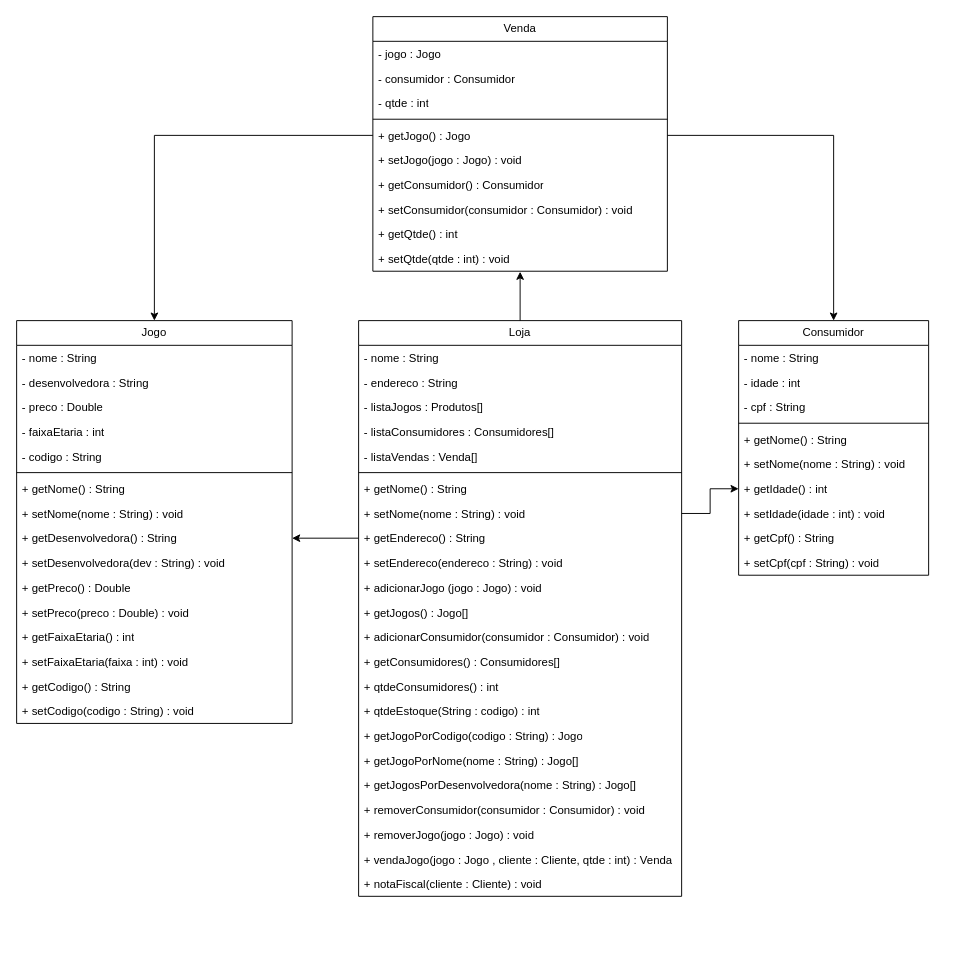
This is Diagrama Loja Java.drawio from Revocable/diagramas, a draw.io file, before an edit. Source tidied: cells renumbered, new cells numbered last; positions are measured from the earlier drawing's top-left corner, leaving out a move shared by most shapes. Both pictures are drawn from the tidied source at 95%, with x=0, y=0 at pixel (16, 16).
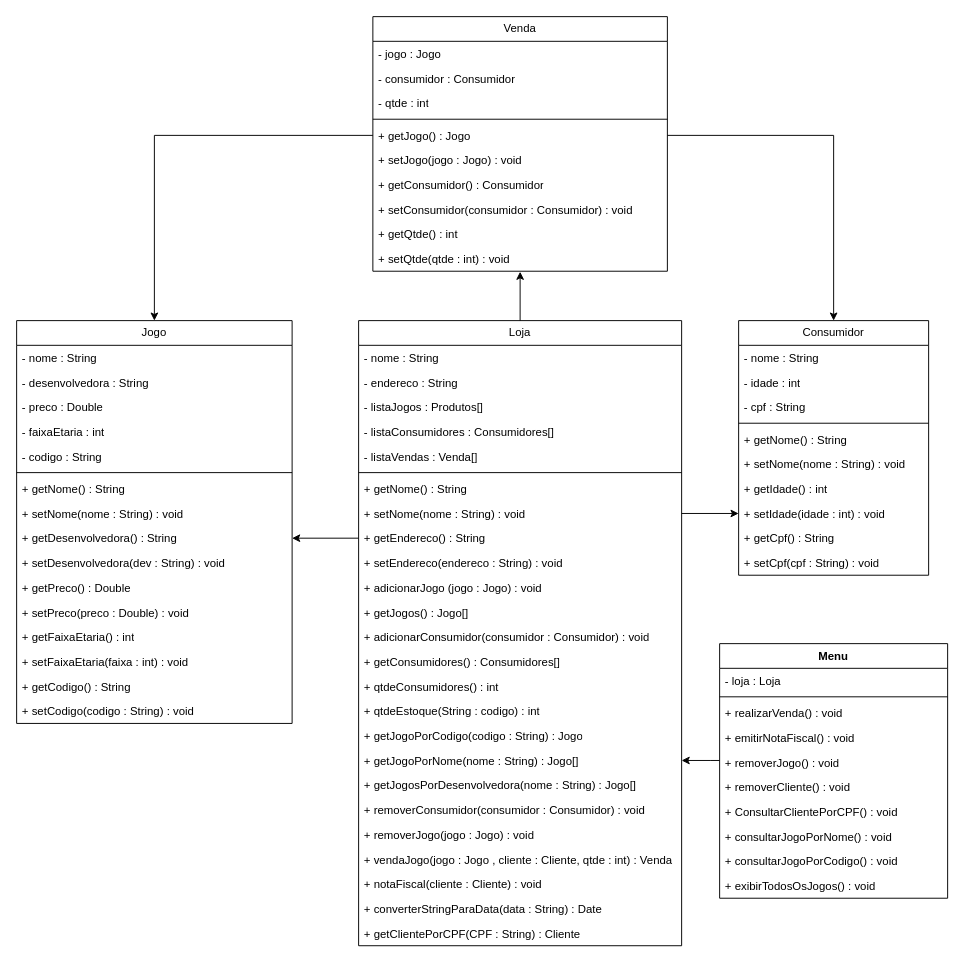
The same diagram, later.

The change refers to these unchanged cells:
```xml
<mxCell id="10" value="+ setNome(nome : String) : void" style="text;strokeColor=none;fillColor=none;align=left;verticalAlign=top;spacingLeft=4;spacingRight=4;overflow=hidden;points=[[0,0.5],[1,0.5]];portConstraint=eastwest;whiteSpace=wrap;html=1;" parent="2" vertex="1">
  <mxGeometry y="190" width="340" height="26" as="geometry" />
</mxCell>
<mxCell id="20" value="+ getJogoPorNome(nome : String) : Jogo[]" style="text;strokeColor=none;fillColor=none;align=left;verticalAlign=top;spacingLeft=4;spacingRight=4;overflow=hidden;points=[[0,0.5],[1,0.5]];portConstraint=eastwest;whiteSpace=wrap;html=1;" parent="2" vertex="1">
  <mxGeometry y="450" width="340" height="26" as="geometry" />
</mxCell>
<mxCell id="51" value="+ getIdade() : int" style="text;strokeColor=none;fillColor=none;align=left;verticalAlign=top;spacingLeft=4;spacingRight=4;overflow=hidden;points=[[0,0.5],[1,0.5]];portConstraint=eastwest;whiteSpace=wrap;html=1;" parent="44" vertex="1">
  <mxGeometry y="164" width="200" height="26" as="geometry" />
</mxCell>
<mxCell id="52" value="+ setIdade(idade : int) : void" style="text;strokeColor=none;fillColor=none;align=left;verticalAlign=top;spacingLeft=4;spacingRight=4;overflow=hidden;points=[[0,0.5],[1,0.5]];portConstraint=eastwest;whiteSpace=wrap;html=1;" parent="44" vertex="1">
  <mxGeometry y="190" width="200" height="26" as="geometry" />
</mxCell>
```

Change to the diagram source:
```diff
@@
     <mxCell id="2" value="Loja" style="swimlane;fontStyle=0;horizontal=1;startSize=26;fillColor=none;whiteSpace=wrap;html=1;" parent="1" vertex="1">
-      <mxGeometry x="360" y="320" width="340" height="606" as="geometry" />
+      <mxGeometry x="360" y="320" width="340" height="658" as="geometry" />
     </mxCell>
@@
+    <mxCell id="70" value="+ converterStringParaData(data : String) : Date&amp;nbsp;" style="text;strokeColor=none;fillColor=none;align=left;verticalAlign=top;spacingLeft=4;spacingRight=4;overflow=hidden;whiteSpace=wrap;html=1;" parent="2" vertex="1">
+      <mxGeometry y="606" width="340" height="26" as="geometry" />
+    </mxCell>
+    <mxCell id="71" value="+ getClientePorCPF(CPF : String) : Cliente" style="text;strokeColor=none;fillColor=none;align=left;verticalAlign=top;spacingLeft=4;spacingRight=4;overflow=hidden;whiteSpace=wrap;html=1;" parent="2" vertex="1">
+      <mxGeometry y="632" width="340" height="26" as="geometry" />
+    </mxCell>
@@
-    <mxCell id="55" style="edgeStyle=orthogonalEdgeStyle;rounded=0;jettySize=auto;html=1;entryX=0;entryY=0.5;entryDx=0;entryDy=0;" parent="1" edge="1" source="10" target="51">
-      <mxGeometry relative="1" as="geometry" />
-    </mxCell>
@@
+    <mxCell id="72" value="Menu" style="swimlane;fontStyle=1;align=center;verticalAlign=top;horizontal=1;startSize=26;whiteSpace=wrap;html=1;" parent="1" vertex="1">
+      <mxGeometry x="740" y="660" width="240" height="268" as="geometry" />
+    </mxCell>
+    <mxCell id="73" value="- loja : Loja" style="text;strokeColor=none;fillColor=none;align=left;verticalAlign=top;spacingLeft=4;spacingRight=4;overflow=hidden;whiteSpace=wrap;html=1;" parent="72" vertex="1">
+      <mxGeometry y="26" width="240" height="26" as="geometry" />
+    </mxCell>
+    <mxCell id="74" style="line;strokeWidth=1;fillColor=none;align=left;verticalAlign=middle;spacingTop=-1;spacingLeft=3;spacingRight=3;labelPosition=right;strokeColor=inherit;" parent="72" vertex="1">
+      <mxGeometry y="52" width="240" height="8" as="geometry" />
+    </mxCell>
+    <mxCell id="75" value="+&amp;nbsp;realizarVenda() : void" style="text;strokeColor=none;fillColor=none;align=left;verticalAlign=top;spacingLeft=4;spacingRight=4;overflow=hidden;whiteSpace=wrap;html=1;" parent="72" vertex="1">
+      <mxGeometry y="60" width="240" height="26" as="geometry" />
+    </mxCell>
+    <mxCell id="76" value="+ emitirNotaFiscal() : void" style="text;strokeColor=none;fillColor=none;align=left;verticalAlign=top;spacingLeft=4;spacingRight=4;overflow=hidden;whiteSpace=wrap;html=1;" parent="72" vertex="1">
+      <mxGeometry y="86" width="240" height="26" as="geometry" />
+    </mxCell>
+    <mxCell id="77" value="+&amp;nbsp;removerJogo() : void" style="text;strokeColor=none;fillColor=none;align=left;verticalAlign=top;spacingLeft=4;spacingRight=4;overflow=hidden;points=[[0,0.5],[1,0.5]];portConstraint=eastwest;whiteSpace=wrap;html=1;" parent="72" vertex="1">
+      <mxGeometry y="112" width="240" height="26" as="geometry" />
+    </mxCell>
+    <mxCell id="78" value="+&amp;nbsp;removerCliente() : void" style="text;strokeColor=none;fillColor=none;align=left;verticalAlign=top;spacingLeft=4;spacingRight=4;overflow=hidden;whiteSpace=wrap;html=1;" parent="72" vertex="1">
+      <mxGeometry y="138" width="240" height="26" as="geometry" />
+    </mxCell>
+    <mxCell id="79" value="+ ConsultarClientePorCPF() : void" style="text;strokeColor=none;fillColor=none;align=left;verticalAlign=top;spacingLeft=4;spacingRight=4;overflow=hidden;whiteSpace=wrap;html=1;" parent="72" vertex="1">
+      <mxGeometry y="164" width="240" height="26" as="geometry" />
+    </mxCell>
+    <mxCell id="80" value="+ consultarJogoPorNome() : void" style="text;strokeColor=none;fillColor=none;align=left;verticalAlign=top;spacingLeft=4;spacingRight=4;overflow=hidden;whiteSpace=wrap;html=1;" parent="72" vertex="1">
+      <mxGeometry y="190" width="240" height="26" as="geometry" />
+    </mxCell>
+    <mxCell id="81" value="+&amp;nbsp;consultarJogoPorCodigo() : void" style="text;strokeColor=none;fillColor=none;align=left;verticalAlign=top;spacingLeft=4;spacingRight=4;overflow=hidden;whiteSpace=wrap;html=1;" parent="72" vertex="1">
+      <mxGeometry y="216" width="240" height="26" as="geometry" />
+    </mxCell>
+    <mxCell id="82" value="+&amp;nbsp;&lt;span style=&quot;background-color: initial;&quot;&gt;exibirTodosOsJogos() : void&lt;/span&gt;" style="text;strokeColor=none;fillColor=none;align=left;verticalAlign=top;spacingLeft=4;spacingRight=4;overflow=hidden;whiteSpace=wrap;html=1;" parent="72" vertex="1">
+      <mxGeometry y="242" width="240" height="26" as="geometry" />
+    </mxCell>
+    <mxCell id="83" style="edgeStyle=orthogonalEdgeStyle;rounded=0;jettySize=auto;html=1;entryX=0;entryY=0.5;entryDx=0;entryDy=0;" parent="1" edge="1" source="10" target="52">
+      <mxGeometry relative="1" as="geometry" />
+    </mxCell>
+    <mxCell id="84" style="edgeStyle=orthogonalEdgeStyle;rounded=0;jettySize=auto;html=1;entryX=1;entryY=0.5;entryDx=0;entryDy=0;" parent="1" edge="1" source="77" target="20">
+      <mxGeometry relative="1" as="geometry">
+        <Array as="points">
+          <mxPoint x="730" y="783" />
+          <mxPoint x="730" y="783" />
+        </Array>
+      </mxGeometry>
+    </mxCell>
```
